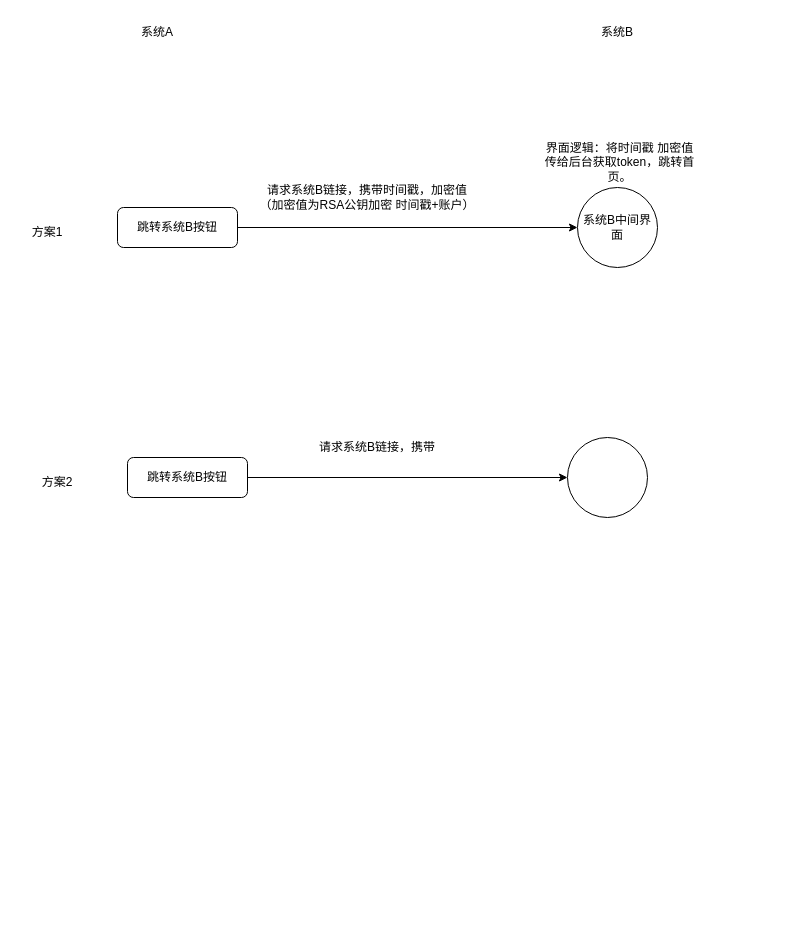
Earlier version of the draw.io diagram 未命名绘图.drawio (zt1115798334/eams). Source tidied: cells renumbered, new cells numbered last; positions are measured from the earlier drawing's top-left corner, leaving out a move shared by most shapes. Both pictures are drawn from the tidied source at 100%, with x=0, y=0 at pixel (17, 17).
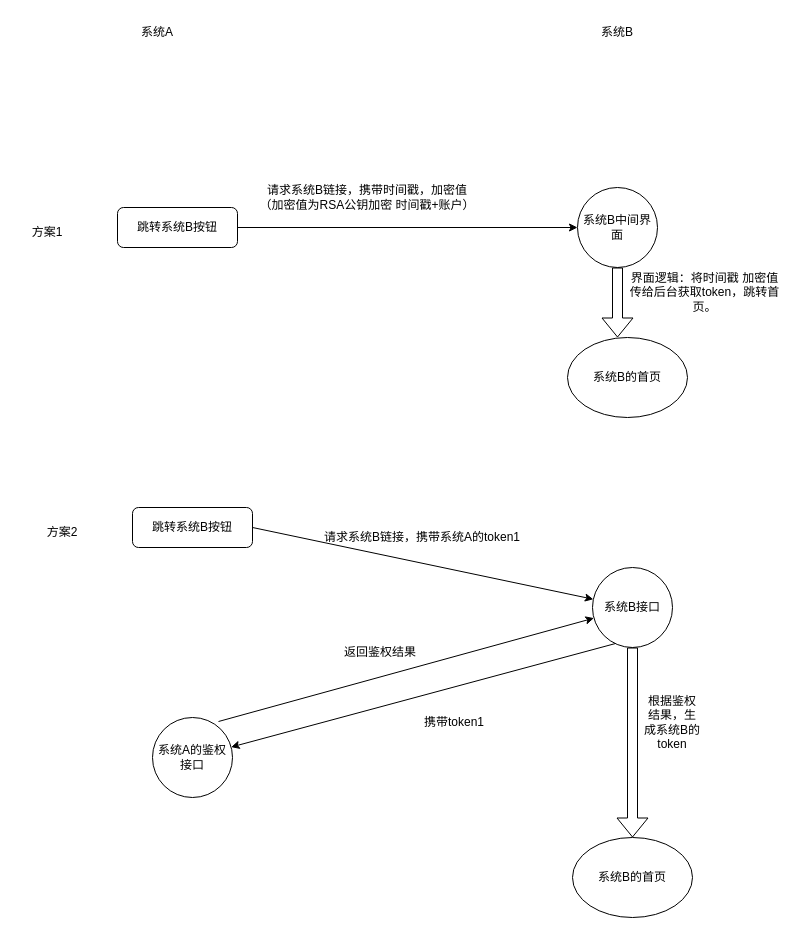
Above is the later version.

Commit message:
更新未命名绘图.drawio

The change refers to these unchanged cells:
```xml
<mxCell id="7" value="系统B中间界面" style="ellipse;whiteSpace=wrap;html=1;" parent="1" vertex="1">
  <mxGeometry x="560" y="170" width="80" height="80" as="geometry" />
</mxCell>
```

The edit, as a diff of the source:
```diff
@@
     <mxCell id="8" value="界面逻辑：将时间戳 加密值传给后台获取token，跳转首页。" style="text;html=1;strokeColor=none;fillColor=none;align=center;verticalAlign=middle;whiteSpace=wrap;rounded=0;" parent="1" vertex="1">
-      <mxGeometry x="525" y="130" width="155" height="30" as="geometry" />
+      <mxGeometry x="610" y="260" width="155" height="30" as="geometry" />
     </mxCell>
@@
     <mxCell id="10" value="方案2" style="text;html=1;strokeColor=none;fillColor=none;align=center;verticalAlign=middle;whiteSpace=wrap;rounded=0;" parent="1" vertex="1">
-      <mxGeometry x="10" y="450" width="60" height="30" as="geometry" />
+      <mxGeometry x="15" y="500" width="60" height="30" as="geometry" />
     </mxCell>
     <mxCell id="11" value="跳转系统B按钮" style="rounded=1;whiteSpace=wrap;html=1;" parent="1" vertex="1">
-      <mxGeometry x="110" y="440" width="120" height="40" as="geometry" />
+      <mxGeometry x="115" y="490" width="120" height="40" as="geometry" />
     </mxCell>
@@
-    <mxCell id="13" style="ellipse;whiteSpace=wrap;html=1;" parent="1" vertex="1">
-      <mxGeometry x="550" y="420" width="80" height="80" as="geometry" />
+    <mxCell id="13" value="系统B接口" style="ellipse;whiteSpace=wrap;html=1;" parent="1" vertex="1">
+      <mxGeometry x="575" y="550" width="80" height="80" as="geometry" />
     </mxCell>
-    <mxCell id="14" value="请求系统B链接，携带" style="text;html=1;strokeColor=none;fillColor=none;align=center;verticalAlign=middle;whiteSpace=wrap;rounded=0;" parent="1" vertex="1">
-      <mxGeometry x="250" y="400" width="220" height="60" as="geometry" />
+    <mxCell id="14" value="请求系统B链接，携带系统A的token1" style="text;html=1;strokeColor=none;fillColor=none;align=center;verticalAlign=middle;whiteSpace=wrap;rounded=0;" parent="1" vertex="1">
+      <mxGeometry x="295" y="490" width="220" height="60" as="geometry" />
     </mxCell>
+    <mxCell id="15" style="endArrow=classic;html=1;rounded=0;exitX=0.288;exitY=0.95;exitDx=0;exitDy=0;exitPerimeter=0;" parent="1" edge="1" source="13" target="16">
+      <mxGeometry relative="1" as="geometry" />
+    </mxCell>
+    <mxCell id="16" value="系统A的鉴权接口" style="ellipse;whiteSpace=wrap;html=1;" parent="1" vertex="1">
+      <mxGeometry x="135" y="700" width="80" height="80" as="geometry" />
+    </mxCell>
+    <mxCell id="17" value="携带token1" style="text;html=1;strokeColor=none;fillColor=none;align=center;verticalAlign=middle;whiteSpace=wrap;rounded=0;" parent="1" vertex="1">
+      <mxGeometry x="369" y="690" width="136" height="30" as="geometry" />
+    </mxCell>
+    <mxCell id="18" style="endArrow=classic;html=1;rounded=0;exitX=0.825;exitY=0.05;exitDx=0;exitDy=0;exitPerimeter=0;" parent="1" edge="1" source="16" target="13">
+      <mxGeometry relative="1" as="geometry" />
+    </mxCell>
+    <mxCell id="19" value="返回鉴权结果" style="text;html=1;strokeColor=none;fillColor=none;align=center;verticalAlign=middle;whiteSpace=wrap;rounded=0;" parent="1" vertex="1">
+      <mxGeometry x="295" y="620" width="136" height="30" as="geometry" />
+    </mxCell>
+    <mxCell id="20" style="shape=flexArrow;endArrow=classic;html=1;rounded=0;" parent="1" edge="1" source="13">
+      <mxGeometry relative="1" as="geometry">
+        <mxPoint x="615" y="820" as="targetPoint" />
+      </mxGeometry>
+    </mxCell>
+    <mxCell id="21" value="根据鉴权结果，生成系统B的token" style="text;html=1;strokeColor=none;fillColor=none;align=center;verticalAlign=middle;whiteSpace=wrap;rounded=0;" parent="1" vertex="1">
+      <mxGeometry x="625" y="690" width="60" height="30" as="geometry" />
+    </mxCell>
+    <mxCell id="22" value="系统B的首页" style="ellipse;whiteSpace=wrap;html=1;" parent="1" vertex="1">
+      <mxGeometry x="555" y="820" width="120" height="80" as="geometry" />
+    </mxCell>
+    <mxCell id="23" style="shape=flexArrow;endArrow=classic;html=1;rounded=0;exitX=0.5;exitY=1;exitDx=0;exitDy=0;" parent="1" edge="1" source="7">
+      <mxGeometry relative="1" as="geometry">
+        <mxPoint x="600" y="320" as="targetPoint" />
+      </mxGeometry>
+    </mxCell>
+    <mxCell id="24" value="系统B的首页" style="ellipse;whiteSpace=wrap;html=1;" parent="1" vertex="1">
+      <mxGeometry x="550" y="320" width="120" height="80" as="geometry" />
+    </mxCell>
```
